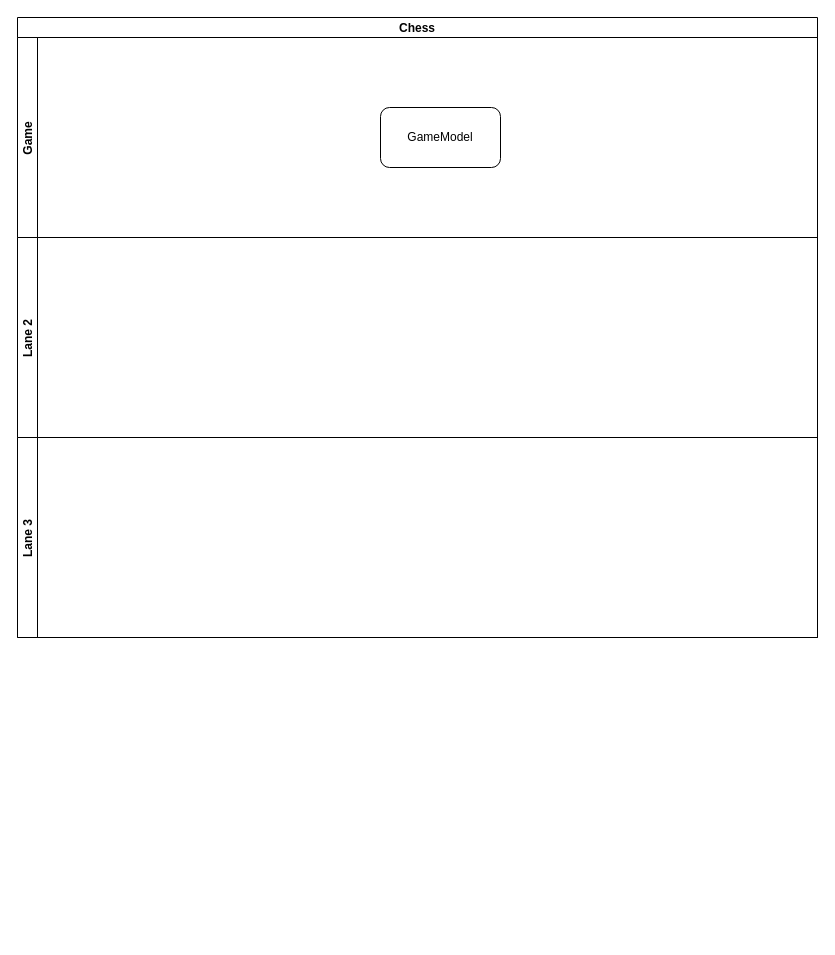
This is design/设计.drawio from Galadrielme/chess, a draw.io file, before an edit. Source tidied: cells renumbered, new cells numbered last; positions are measured from the earlier drawing's top-left corner, leaving out a move shared by most shapes. Both pictures are drawn from the tidied source at 100%, with x=0, y=0 at pixel (17, 17).
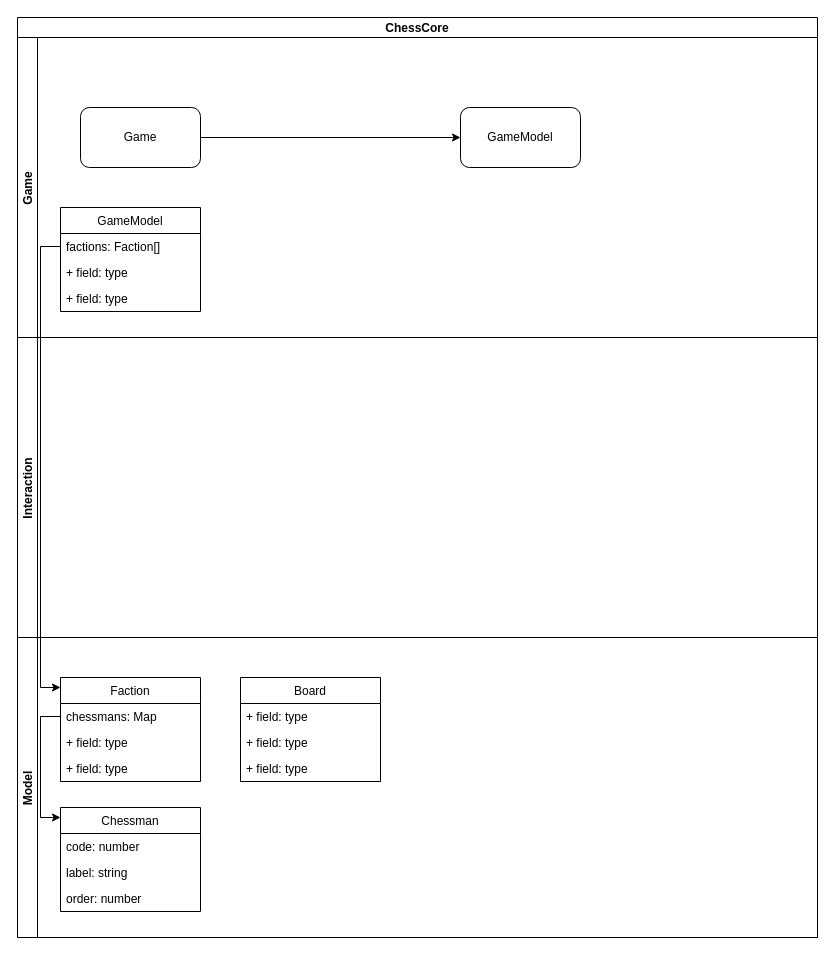
The same page after the edit.

Diff of the diagram source:
```diff
@@
-    <mxCell id="2" value="Chess" style="swimlane;horizontal=1;startSize=20;" parent="1" vertex="1">
-      <mxGeometry width="800" height="620" as="geometry" />
+    <mxCell id="2" value="ChessCore" style="swimlane;horizontal=1;startSize=20;" parent="1" vertex="1">
+      <mxGeometry width="800" height="920" as="geometry" />
     </mxCell>
     <mxCell id="3" value="Game" style="swimlane;startSize=20;horizontal=0;" parent="2" vertex="1">
-      <mxGeometry y="20" width="800" height="200" as="geometry" />
+      <mxGeometry y="20" width="800" height="300" as="geometry" />
     </mxCell>
     <mxCell id="4" value="GameModel" style="rounded=1;whiteSpace=wrap;html=1;" parent="3" vertex="1">
-      <mxGeometry x="363" y="70" width="120" height="60" as="geometry" />
+      <mxGeometry x="443" y="70" width="120" height="60" as="geometry" />
     </mxCell>
+    <mxCell id="7" style="edgeStyle=orthogonalEdgeStyle;rounded=0;jettySize=auto;html=1;entryX=0;entryY=0.5;entryDx=0;entryDy=0;" parent="3" edge="1" source="8" target="4">
+      <mxGeometry relative="1" as="geometry" />
+    </mxCell>
+    <mxCell id="8" value="Game" style="rounded=1;whiteSpace=wrap;html=1;" parent="3" vertex="1">
+      <mxGeometry x="63" y="70" width="120" height="60" as="geometry" />
+    </mxCell>
+    <mxCell id="9" value="GameModel" style="swimlane;fontStyle=0;horizontal=1;startSize=26;fillColor=none;" parent="3" vertex="1">
+      <mxGeometry x="43" y="170" width="140" height="104" as="geometry" />
+    </mxCell>
+    <mxCell id="10" value="factions: Faction[]" style="text;strokeColor=none;fillColor=none;align=left;verticalAlign=top;spacingLeft=4;spacingRight=4;overflow=hidden;points=[[0,0.5],[1,0.5]];portConstraint=eastwest;" parent="9" vertex="1">
+      <mxGeometry y="26" width="140" height="26" as="geometry" />
+    </mxCell>
+    <mxCell id="11" value="+ field: type" style="text;strokeColor=none;fillColor=none;align=left;verticalAlign=top;spacingLeft=4;spacingRight=4;overflow=hidden;" parent="9" vertex="1">
+      <mxGeometry y="52" width="140" height="26" as="geometry" />
+    </mxCell>
+    <mxCell id="12" value="+ field: type" style="text;strokeColor=none;fillColor=none;align=left;verticalAlign=top;spacingLeft=4;spacingRight=4;overflow=hidden;" parent="9" vertex="1">
+      <mxGeometry y="78" width="140" height="26" as="geometry" />
+    </mxCell>
-    <mxCell id="5" value="Lane 2" style="swimlane;startSize=20;horizontal=0;" parent="2" vertex="1">
-      <mxGeometry y="220" width="800" height="200" as="geometry" />
+    <mxCell id="5" value="Interaction" style="swimlane;startSize=20;horizontal=0;" parent="2" vertex="1">
+      <mxGeometry y="320" width="800" height="300" as="geometry" />
     </mxCell>
+    <mxCell id="13" style="edgeStyle=orthogonalEdgeStyle;rounded=0;jettySize=auto;html=1;entryX=0;entryY=0.096;entryDx=0;entryDy=0;entryPerimeter=0;" parent="2" edge="1" source="10" target="14">
+      <mxGeometry relative="1" as="geometry" />
+    </mxCell>
-    <mxCell id="6" value="Lane 3" style="swimlane;startSize=20;horizontal=0;" parent="2" vertex="1">
-      <mxGeometry y="420" width="800" height="200" as="geometry" />
+    <mxCell id="6" value="Model" style="swimlane;startSize=20;horizontal=0;" parent="2" vertex="1">
+      <mxGeometry y="620" width="800" height="300" as="geometry" />
     </mxCell>
+    <mxCell id="14" value="Faction" style="swimlane;fontStyle=0;horizontal=1;startSize=26;fillColor=none;" parent="6" vertex="1">
+      <mxGeometry x="43" y="40" width="140" height="104" as="geometry" />
+    </mxCell>
+    <mxCell id="15" value="chessmans: Map" style="text;strokeColor=none;fillColor=none;align=left;verticalAlign=top;spacingLeft=4;spacingRight=4;overflow=hidden;points=[[0,0.5],[1,0.5]];portConstraint=eastwest;" parent="14" vertex="1">
+      <mxGeometry y="26" width="140" height="26" as="geometry" />
+    </mxCell>
+    <mxCell id="16" value="+ field: type" style="text;strokeColor=none;fillColor=none;align=left;verticalAlign=top;spacingLeft=4;spacingRight=4;overflow=hidden;" parent="14" vertex="1">
+      <mxGeometry y="52" width="140" height="26" as="geometry" />
+    </mxCell>
+    <mxCell id="17" value="+ field: type" style="text;strokeColor=none;fillColor=none;align=left;verticalAlign=top;spacingLeft=4;spacingRight=4;overflow=hidden;" parent="14" vertex="1">
+      <mxGeometry y="78" width="140" height="26" as="geometry" />
+    </mxCell>
+    <mxCell id="18" value="Chessman" style="swimlane;fontStyle=0;horizontal=1;startSize=26;fillColor=none;" parent="6" vertex="1">
+      <mxGeometry x="43" y="170" width="140" height="104" as="geometry" />
+    </mxCell>
+    <mxCell id="19" value="code: number" style="text;strokeColor=none;fillColor=none;align=left;verticalAlign=top;spacingLeft=4;spacingRight=4;overflow=hidden;" parent="18" vertex="1">
+      <mxGeometry y="26" width="140" height="26" as="geometry" />
+    </mxCell>
+    <mxCell id="20" value="label: string" style="text;strokeColor=none;fillColor=none;align=left;verticalAlign=top;spacingLeft=4;spacingRight=4;overflow=hidden;" parent="18" vertex="1">
+      <mxGeometry y="52" width="140" height="26" as="geometry" />
+    </mxCell>
+    <mxCell id="21" value="order: number" style="text;strokeColor=none;fillColor=none;align=left;verticalAlign=top;spacingLeft=4;spacingRight=4;overflow=hidden;" parent="18" vertex="1">
+      <mxGeometry y="78" width="140" height="26" as="geometry" />
+    </mxCell>
+    <mxCell id="22" value="Board" style="swimlane;fontStyle=0;horizontal=1;startSize=26;fillColor=none;" parent="6" vertex="1">
+      <mxGeometry x="223" y="40" width="140" height="104" as="geometry" />
+    </mxCell>
+    <mxCell id="23" value="+ field: type" style="text;strokeColor=none;fillColor=none;align=left;verticalAlign=top;spacingLeft=4;spacingRight=4;overflow=hidden;" parent="22" vertex="1">
+      <mxGeometry y="26" width="140" height="26" as="geometry" />
+    </mxCell>
+    <mxCell id="24" value="+ field: type" style="text;strokeColor=none;fillColor=none;align=left;verticalAlign=top;spacingLeft=4;spacingRight=4;overflow=hidden;" parent="22" vertex="1">
+      <mxGeometry y="52" width="140" height="26" as="geometry" />
+    </mxCell>
+    <mxCell id="25" value="+ field: type" style="text;strokeColor=none;fillColor=none;align=left;verticalAlign=top;spacingLeft=4;spacingRight=4;overflow=hidden;" parent="22" vertex="1">
+      <mxGeometry y="78" width="140" height="26" as="geometry" />
+    </mxCell>
+    <mxCell id="26" style="edgeStyle=orthogonalEdgeStyle;rounded=0;jettySize=auto;html=1;entryX=0;entryY=0.096;entryDx=0;entryDy=0;entryPerimeter=0;" parent="6" edge="1" source="15" target="18">
+      <mxGeometry relative="1" as="geometry" />
+    </mxCell>
```
